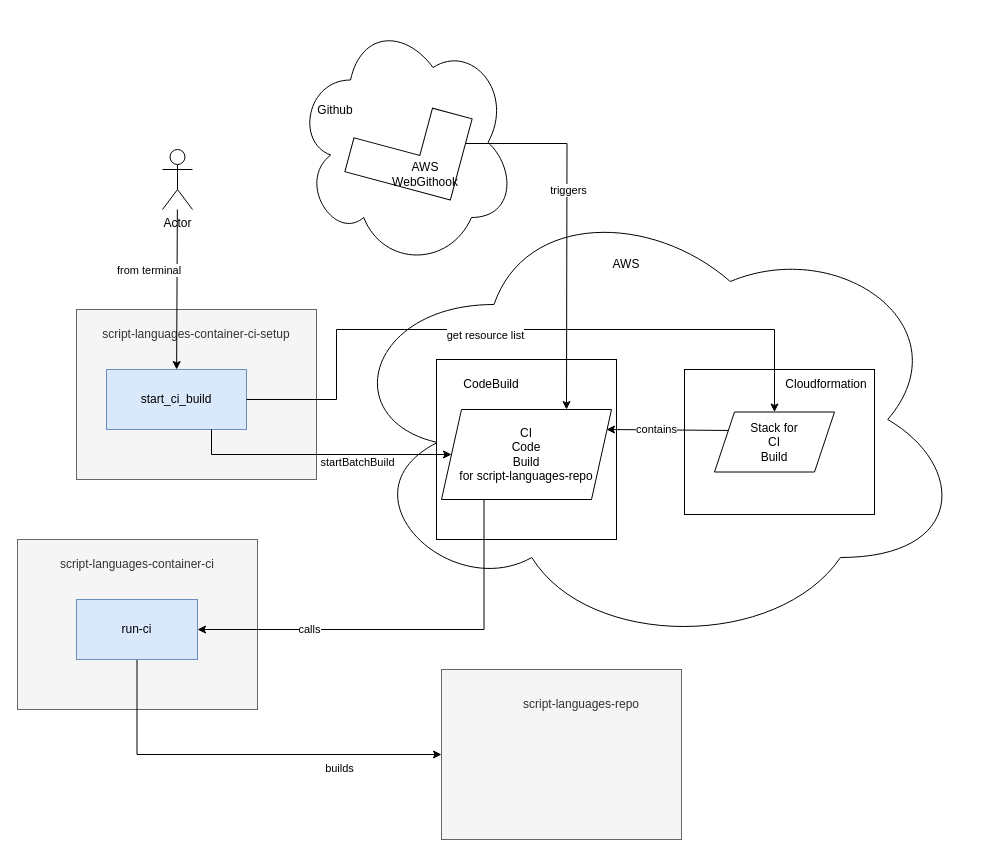
The draw.io diagram user_guide/ci-flow.drawio in exasol/script-languages-container-ci-setup, before the edit. Source tidied: cells renumbered, new cells numbered last; positions are measured from the earlier drawing's top-left corner, leaving out a move shared by most shapes. Both pictures are drawn from the tidied source at 100%, with x=0, y=0 at pixel (17, 17). Pictures stored in the file or linked from it are replaced by grey dashed boxes.
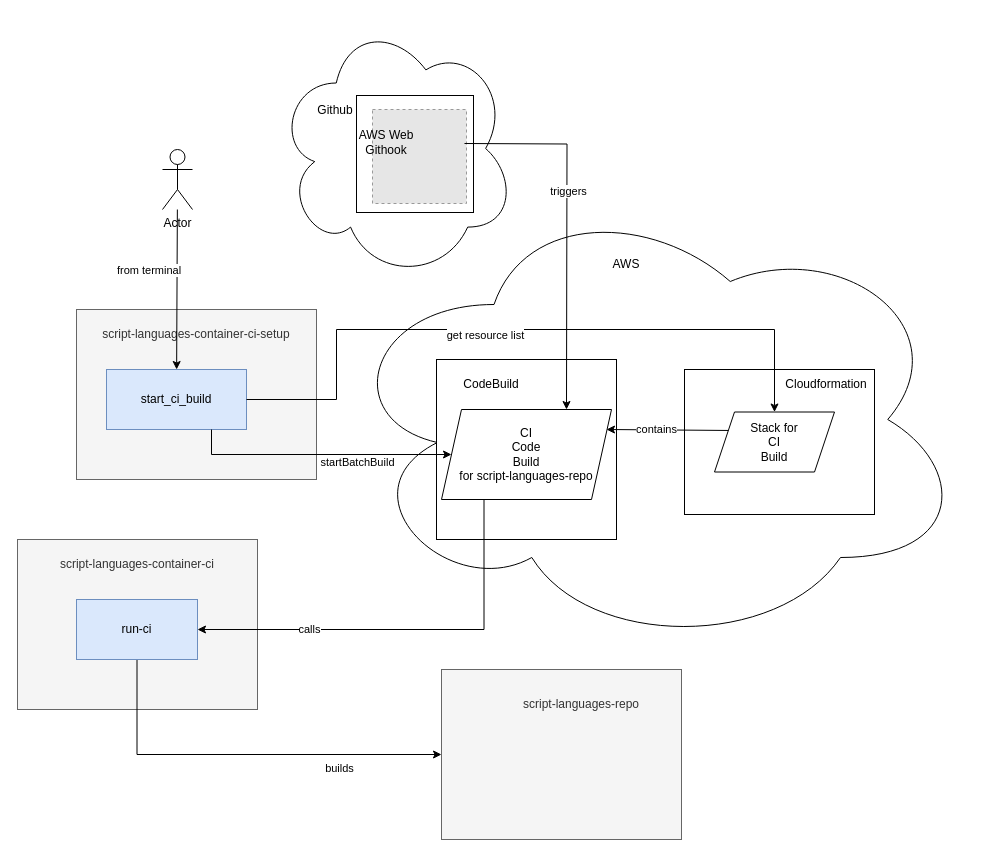
After the change.

Commit message (it also covers changes not shown here):
1. Small documentation fix 2. Replace icon for AWS Webhook in diagram 3. Get branch name by git in build_buildspec.yaml

Change to the diagram source:
```diff
@@
+    <mxCell id="25" style="ellipse;shape=cloud;whiteSpace=wrap;html=1;" parent="1" vertex="1">
+      <mxGeometry x="259" width="239" height="262" as="geometry" />
+    </mxCell>
+    <mxCell id="37" style="whiteSpace=wrap;html=1;" parent="1" vertex="1">
+      <mxGeometry x="339" y="78" width="117" height="117" as="geometry" />
+    </mxCell>
+    <mxCell id="38" style="fillColor=#E6E6E6;strokeColor=#999999;dashed=1;verticalLabelPosition=bottom;labelBackgroundColor=default;verticalAlign=top;" parent="1" vertex="1">
+      <mxGeometry x="355" y="92" width="94" height="94" as="geometry" />
+    </mxCell>
@@
-    <mxCell id="25" style="ellipse;shape=cloud;whiteSpace=wrap;html=1;" parent="1" vertex="1">
-      <mxGeometry x="278" width="220" height="250" as="geometry" />
-    </mxCell>
@@
-    <mxCell id="27" style="edgeStyle=orthogonalEdgeStyle;rounded=0;jettySize=auto;html=1;exitX=0.009;exitY=0.692;exitDx=0;exitDy=0;exitPerimeter=0;" parent="1" edge="1" source="29">
+    <mxCell id="27" style="edgeStyle=orthogonalEdgeStyle;rounded=0;orthogonalLoop=1;jettySize=auto;html=1;exitX=0.009;exitY=0.692;exitDx=0;exitDy=0;exitPerimeter=0;" parent="1" edge="1">
       <mxGeometry relative="1" as="geometry">
+        <mxPoint x="447" y="126" as="sourcePoint" />
         <mxPoint x="549" y="392" as="targetPoint" />
       </mxGeometry>
     </mxCell>
@@
-    <mxCell id="29" style="shape=corner;whiteSpace=wrap;html=1;rotation=-165;dx=41;dy=35;" parent="1" vertex="1">
-      <mxGeometry x="336.4" y="85.7" width="109.2" height="84" as="geometry" />
-    </mxCell>
-    <mxCell id="30" value="AWS WebGithook" style="text;html=1;strokeColor=none;fillColor=none;align=center;verticalAlign=middle;whiteSpace=wrap;rounded=0;" parent="1" vertex="1">
-      <mxGeometry x="378" y="141.8" width="60" height="30" as="geometry" />
-    </mxCell>
@@
+    <mxCell id="30" value="AWS Web&lt;br&gt;Githook" style="text;html=1;strokeColor=none;fillColor=none;align=center;verticalAlign=middle;whiteSpace=wrap;rounded=0;" parent="1" vertex="1">
+      <mxGeometry x="339" y="110" width="60" height="30" as="geometry" />
+    </mxCell>
```
